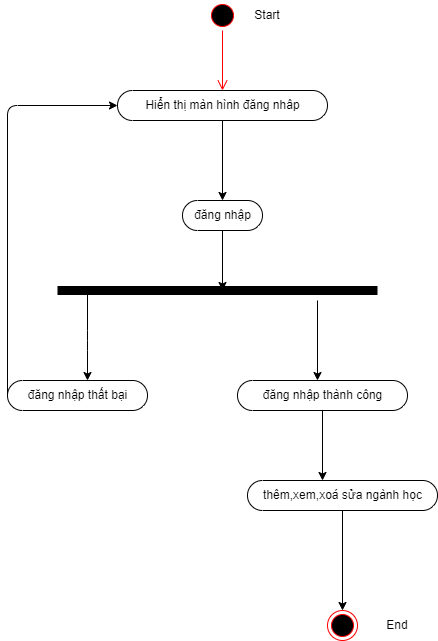
Earlier version of the draw.io export TaiLieu/Sơ đồ gì đó/Sơ đồ hoạt động/giáo vụ/quanlynganhhoc.drawio.png (PhamTienThanhCong/Quan-ly-sinh-vien). Source tidied: cells renumbered, new cells last; positions are measured from the earlier drawing's top-left corner, leaving out a move shared by most shapes. Source of this version:
```xml
<mxGraphModel>
  <root>
    <mxCell id="0" />
    <mxCell id="1" parent="0" />
    <mxCell id="2" style="ellipse;html=1;shape=startState;fillColor=#000000;strokeColor=#ff0000;" parent="1" vertex="1">
      <mxGeometry x="200" width="30" height="30" as="geometry" />
    </mxCell>
    <mxCell id="3" style="edgeStyle=orthogonalEdgeStyle;html=1;verticalAlign=bottom;endArrow=open;endSize=8;strokeColor=#ff0000;" parent="1" edge="1" source="2">
      <mxGeometry relative="1" as="geometry">
        <mxPoint x="215" y="90" as="targetPoint" />
      </mxGeometry>
    </mxCell>
    <mxCell id="4" style="edgeStyle=none;html=1;" parent="1" edge="1" source="5">
      <mxGeometry relative="1" as="geometry">
        <mxPoint x="215" y="290" as="targetPoint" />
      </mxGeometry>
    </mxCell>
    <mxCell id="5" value="đăng nhập" style="html=1;dashed=0;whitespace=wrap;shape=mxgraph.dfd.start;" parent="1" vertex="1">
      <mxGeometry x="175" y="200" width="80" height="30" as="geometry" />
    </mxCell>
    <mxCell id="6" style="endArrow=none;html=1;strokeWidth=9;" parent="1" edge="1">
      <mxGeometry relative="1" as="geometry">
        <mxPoint x="50" y="290" as="sourcePoint" />
        <mxPoint x="370" y="290" as="targetPoint" />
      </mxGeometry>
    </mxCell>
    <mxCell id="7" style="endArrow=classic;html=1;strokeWidth=1;" parent="1" edge="1">
      <mxGeometry relative="1" as="geometry">
        <mxPoint x="80" y="290" as="sourcePoint" />
        <mxPoint x="80" y="380" as="targetPoint" />
        <Array as="points">
          <mxPoint x="80" y="340" />
        </Array>
      </mxGeometry>
    </mxCell>
    <mxCell id="8" style="edgeStyle=none;html=1;strokeWidth=1;" parent="1" edge="1" source="9" target="5">
      <mxGeometry relative="1" as="geometry" />
    </mxCell>
    <mxCell id="9" value="Hiển thị màn hình đăng nhâp" style="html=1;dashed=0;whitespace=wrap;shape=mxgraph.dfd.start;" parent="1" vertex="1">
      <mxGeometry x="110" y="90" width="210" height="30" as="geometry" />
    </mxCell>
    <mxCell id="10" style="endArrow=classic;html=1;strokeWidth=1;" parent="1" edge="1">
      <mxGeometry relative="1" as="geometry">
        <mxPoint x="310" y="300" as="sourcePoint" />
        <mxPoint x="310" y="380" as="targetPoint" />
      </mxGeometry>
    </mxCell>
    <mxCell id="11" value="đăng nhập thất bại" style="html=1;dashed=0;whitespace=wrap;shape=mxgraph.dfd.start;" parent="1" vertex="1">
      <mxGeometry y="380" width="140" height="30" as="geometry" />
    </mxCell>
    <mxCell id="12" value="đăng nhập thành công" style="html=1;dashed=0;whitespace=wrap;shape=mxgraph.dfd.start;" parent="1" vertex="1">
      <mxGeometry x="230" y="380" width="170" height="30" as="geometry" />
    </mxCell>
    <mxCell id="13" style="endArrow=classic;html=1;strokeWidth=1;exitX=0;exitY=0.5;exitDx=0;exitDy=0;exitPerimeter=0;entryX=0;entryY=0.5;entryDx=0;entryDy=0;entryPerimeter=0;" parent="1" edge="1" source="11" target="9">
      <mxGeometry relative="1" as="geometry">
        <Array as="points">
          <mxPoint y="105" />
        </Array>
      </mxGeometry>
    </mxCell>
    <mxCell id="14" style="endArrow=classic;html=1;strokeWidth=1;exitX=0.5;exitY=0.5;exitDx=0;exitDy=15;exitPerimeter=0;" parent="1" edge="1" source="12">
      <mxGeometry relative="1" as="geometry">
        <mxPoint x="315" y="480" as="targetPoint" />
      </mxGeometry>
    </mxCell>
    <mxCell id="15" style="edgeStyle=none;html=1;strokeWidth=1;" parent="1" edge="1" source="16" target="17">
      <mxGeometry relative="1" as="geometry" />
    </mxCell>
    <mxCell id="16" value="thêm,xem,xoá sửa ngành học" style="html=1;dashed=0;whitespace=wrap;shape=mxgraph.dfd.start;" parent="1" vertex="1">
      <mxGeometry x="240" y="480" width="190" height="30" as="geometry" />
    </mxCell>
    <mxCell id="17" style="ellipse;html=1;shape=endState;fillColor=#000000;strokeColor=#ff0000;" parent="1" vertex="1">
      <mxGeometry x="320" y="610" width="30" height="30" as="geometry" />
    </mxCell>
    <mxCell id="18" value="End" style="text;html=1;strokeColor=none;fillColor=none;align=center;verticalAlign=middle;whiteSpace=wrap;rounded=0;" parent="1" vertex="1">
      <mxGeometry x="360" y="610" width="60" height="30" as="geometry" />
    </mxCell>
    <mxCell id="19" value="Start" style="text;html=1;strokeColor=none;fillColor=none;align=center;verticalAlign=middle;whiteSpace=wrap;rounded=0;" parent="1" vertex="1">
      <mxGeometry x="230" width="60" height="30" as="geometry" />
    </mxCell>
  </root>
</mxGraphModel>
```
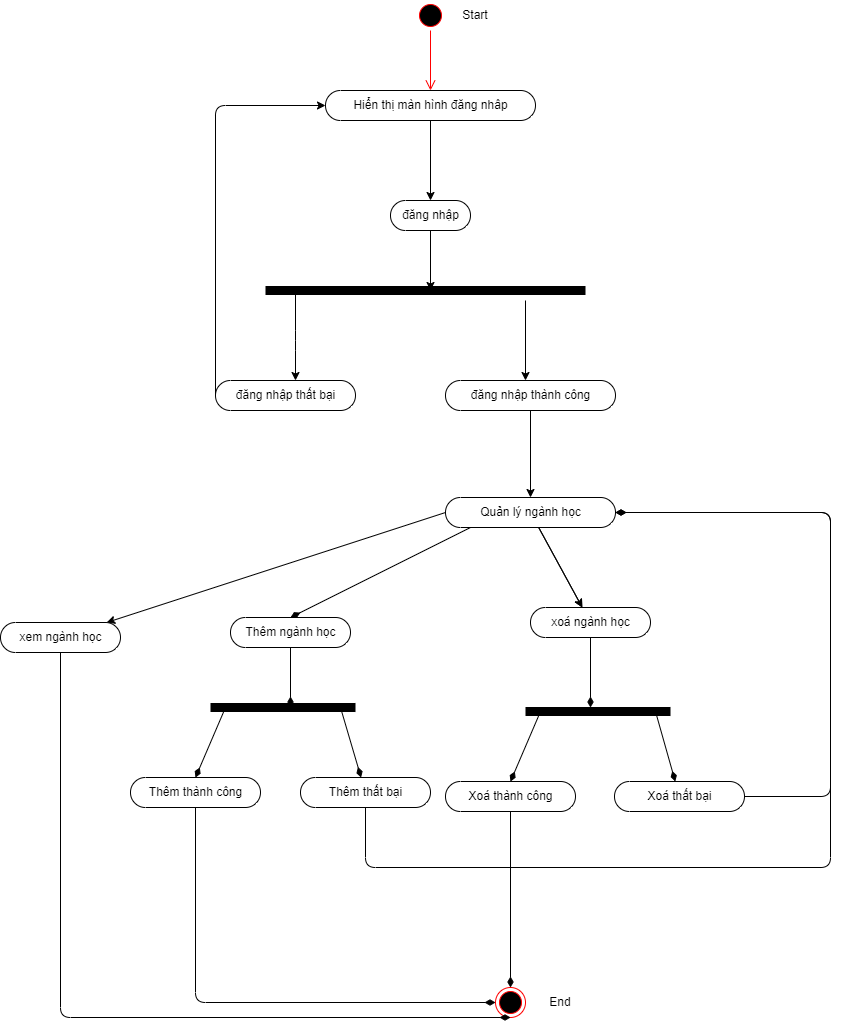
The same file after the commit.

Change to the diagram source:
```diff
@@ -2,81 +2,193 @@
   <root>
     <mxCell id="0" />
     <mxCell id="1" parent="0" />
-    <mxCell id="2" style="ellipse;html=1;shape=startState;fillColor=#000000;strokeColor=#ff0000;" parent="1" vertex="1">
-      <mxGeometry x="200" width="30" height="30" as="geometry" />
-    </mxCell>
-    <mxCell id="3" style="edgeStyle=orthogonalEdgeStyle;html=1;verticalAlign=bottom;endArrow=open;endSize=8;strokeColor=#ff0000;" parent="1" edge="1" source="2">
-      <mxGeometry relative="1" as="geometry">
-        <mxPoint x="215" y="90" as="targetPoint" />
-      </mxGeometry>
-    </mxCell>
-    <mxCell id="4" style="edgeStyle=none;html=1;" parent="1" edge="1" source="5">
-      <mxGeometry relative="1" as="geometry">
-        <mxPoint x="215" y="290" as="targetPoint" />
-      </mxGeometry>
-    </mxCell>
+    <mxCell id="20" style="ellipse;html=1;shape=startState;fillColor=#000000;strokeColor=#ff0000;" parent="1" vertex="1">
+      <mxGeometry x="200" width="30" height="30" as="geometry" />
+    </mxCell>
+    <mxCell id="21" style="edgeStyle=orthogonalEdgeStyle;html=1;verticalAlign=bottom;endArrow=open;endSize=8;strokeColor=#ff0000;" parent="1" edge="1" source="20">
+      <mxGeometry relative="1" as="geometry">
+        <mxPoint x="215" y="90" as="targetPoint" />
+      </mxGeometry>
+    </mxCell>
+    <mxCell id="22" style="edgeStyle=none;html=1;" parent="1" edge="1" source="5">
+      <mxGeometry relative="1" as="geometry">
+        <mxPoint x="215" y="290" as="targetPoint" />
+      </mxGeometry>
+    </mxCell>
     <mxCell id="5" value="đăng nhập" style="html=1;dashed=0;whitespace=wrap;shape=mxgraph.dfd.start;" parent="1" vertex="1">
       <mxGeometry x="175" y="200" width="80" height="30" as="geometry" />
     </mxCell>
-    <mxCell id="6" style="endArrow=none;html=1;strokeWidth=9;" parent="1" edge="1">
-      <mxGeometry relative="1" as="geometry">
-        <mxPoint x="50" y="290" as="sourcePoint" />
-        <mxPoint x="370" y="290" as="targetPoint" />
-      </mxGeometry>
-    </mxCell>
-    <mxCell id="7" style="endArrow=classic;html=1;strokeWidth=1;" parent="1" edge="1">
-      <mxGeometry relative="1" as="geometry">
-        <mxPoint x="80" y="290" as="sourcePoint" />
-        <mxPoint x="80" y="380" as="targetPoint" />
-        <Array as="points">
-          <mxPoint x="80" y="340" />
-        </Array>
-      </mxGeometry>
-    </mxCell>
+    <mxCell id="23" style="endArrow=none;html=1;strokeWidth=9;" parent="1" edge="1">
+      <mxGeometry relative="1" as="geometry">
+        <mxPoint x="50" y="290" as="sourcePoint" />
+        <mxPoint x="370" y="290" as="targetPoint" />
+      </mxGeometry>
+    </mxCell>
+    <mxCell id="24" style="endArrow=classic;html=1;strokeWidth=1;" parent="1" edge="1">
+      <mxGeometry relative="1" as="geometry">
+        <mxPoint x="80" y="290" as="sourcePoint" />
+        <mxPoint x="80" y="380" as="targetPoint" />
+        <Array as="points">
+          <mxPoint x="80" y="340" />
+        </Array>
+      </mxGeometry>
+    </mxCell>
     <mxCell id="8" style="edgeStyle=none;html=1;strokeWidth=1;" parent="1" edge="1" source="9" target="5">
       <mxGeometry relative="1" as="geometry" />
     </mxCell>
     <mxCell id="9" value="Hiển thị màn hình đăng nhâp" style="html=1;dashed=0;whitespace=wrap;shape=mxgraph.dfd.start;" parent="1" vertex="1">
       <mxGeometry x="110" y="90" width="210" height="30" as="geometry" />
     </mxCell>
-    <mxCell id="10" style="endArrow=classic;html=1;strokeWidth=1;" parent="1" edge="1">
-      <mxGeometry relative="1" as="geometry">
-        <mxPoint x="310" y="300" as="sourcePoint" />
-        <mxPoint x="310" y="380" as="targetPoint" />
-      </mxGeometry>
-    </mxCell>
+    <mxCell id="25" style="endArrow=classic;html=1;strokeWidth=1;" parent="1" edge="1">
+      <mxGeometry relative="1" as="geometry">
+        <mxPoint x="310" y="300" as="sourcePoint" />
+        <mxPoint x="310" y="380" as="targetPoint" />
+      </mxGeometry>
+    </mxCell>
     <mxCell id="11" value="đăng nhập thất bại" style="html=1;dashed=0;whitespace=wrap;shape=mxgraph.dfd.start;" parent="1" vertex="1">
       <mxGeometry y="380" width="140" height="30" as="geometry" />
     </mxCell>
+    <mxCell id="26" style="edgeStyle=none;html=1;" parent="1" edge="1" source="28" target="30">
+      <mxGeometry relative="1" as="geometry" />
+    </mxCell>
+    <mxCell id="27" style="edgeStyle=none;html=1;" parent="1" edge="1" source="28" target="30">
+      <mxGeometry relative="1" as="geometry" />
+    </mxCell>
+    <mxCell id="28" value="Quản lý ngành học" style="html=1;dashed=0;whitespace=wrap;shape=mxgraph.dfd.start;" parent="1" vertex="1">
+      <mxGeometry x="230" y="497" width="170" height="30" as="geometry" />
+    </mxCell>
+    <mxCell id="13" style="endArrow=classic;html=1;strokeWidth=1;exitX=0;exitY=0.5;exitDx=0;exitDy=0;exitPerimeter=0;entryX=0;entryY=0.5;entryDx=0;entryDy=0;entryPerimeter=0;" parent="1" edge="1" source="11" target="9">
+      <mxGeometry relative="1" as="geometry">
+        <Array as="points">
+          <mxPoint y="105" />
+        </Array>
+      </mxGeometry>
+    </mxCell>
+    <mxCell id="19" value="Start" style="text;html=1;strokeColor=none;fillColor=none;align=center;verticalAlign=middle;whiteSpace=wrap;rounded=0;" parent="1" vertex="1">
+      <mxGeometry x="230" width="60" height="30" as="geometry" />
+    </mxCell>
+    <mxCell id="29" value="Thêm ngành học" style="html=1;dashed=0;whitespace=wrap;shape=mxgraph.dfd.start;" parent="1" vertex="1">
+      <mxGeometry x="15" y="617" width="120" height="30" as="geometry" />
+    </mxCell>
+    <mxCell id="30" value="xoá ngành học" style="html=1;dashed=0;whitespace=wrap;shape=mxgraph.dfd.start;" parent="1" vertex="1">
+      <mxGeometry x="315" y="607" width="120" height="30" as="geometry" />
+    </mxCell>
+    <mxCell id="31" style="endArrow=none;startArrow=diamondThin;endFill=0;startFill=1;html=1;verticalAlign=bottom;labelBackgroundColor=none;strokeWidth=1;startSize=8;endSize=8;exitX=0.5;exitY=0.5;exitDx=0;exitDy=-15;exitPerimeter=0;" parent="1" edge="1" source="29">
+      <mxGeometry relative="1" as="geometry">
+        <mxPoint x="255" y="527" as="targetPoint" />
+      </mxGeometry>
+    </mxCell>
+    <mxCell id="32" style="endArrow=none;startArrow=diamondThin;endFill=0;startFill=1;html=1;verticalAlign=bottom;labelBackgroundColor=none;strokeWidth=1;startSize=8;endSize=8;entryX=0.5;entryY=0.5;entryDx=0;entryDy=15;entryPerimeter=0;" parent="1" edge="1" target="29">
+      <mxGeometry relative="1" as="geometry">
+        <mxPoint x="75" y="707" as="sourcePoint" />
+      </mxGeometry>
+    </mxCell>
+    <mxCell id="33" style="endArrow=none;startArrow=diamondThin;endFill=0;startFill=1;html=1;verticalAlign=bottom;labelBackgroundColor=none;strokeWidth=1;startSize=8;endSize=8;entryX=0.5;entryY=0.5;entryDx=0;entryDy=15;entryPerimeter=0;" parent="1" edge="1" target="30">
+      <mxGeometry relative="1" as="geometry">
+        <mxPoint x="375" y="707" as="sourcePoint" />
+      </mxGeometry>
+    </mxCell>
+    <mxCell id="34" style="endArrow=none;html=1;strokeWidth=9;" parent="1" edge="1">
+      <mxGeometry relative="1" as="geometry">
+        <mxPoint x="-5" y="707" as="sourcePoint" />
+        <mxPoint x="140" y="707" as="targetPoint" />
+        <Array as="points">
+          <mxPoint x="70" y="707" />
+        </Array>
+      </mxGeometry>
+    </mxCell>
+    <mxCell id="35" value="Thêm thành công" style="html=1;dashed=0;whitespace=wrap;shape=mxgraph.dfd.start;" parent="1" vertex="1">
+      <mxGeometry x="-85" y="777" width="130" height="30" as="geometry" />
+    </mxCell>
+    <mxCell id="36" value="Thêm thất bại" style="html=1;dashed=0;whitespace=wrap;shape=mxgraph.dfd.start;" parent="1" vertex="1">
+      <mxGeometry x="85" y="777" width="130" height="30" as="geometry" />
+    </mxCell>
+    <mxCell id="37" style="endArrow=none;startArrow=diamondThin;endFill=0;startFill=1;html=1;verticalAlign=bottom;labelBackgroundColor=none;strokeWidth=1;startSize=8;endSize=8;exitX=0.5;exitY=0.5;exitDx=0;exitDy=-15;exitPerimeter=0;" parent="1" edge="1" source="35">
+      <mxGeometry relative="1" as="geometry">
+        <mxPoint x="10" y="707" as="targetPoint" />
+      </mxGeometry>
+    </mxCell>
+    <mxCell id="38" style="endArrow=none;startArrow=diamondThin;endFill=0;startFill=1;html=1;verticalAlign=bottom;labelBackgroundColor=none;strokeWidth=1;startSize=8;endSize=8;" parent="1" edge="1" source="36">
+      <mxGeometry relative="1" as="geometry">
+        <mxPoint x="125" y="707" as="targetPoint" />
+      </mxGeometry>
+    </mxCell>
+    <mxCell id="39" style="endArrow=none;startArrow=diamondThin;endFill=0;startFill=1;html=1;verticalAlign=bottom;labelBackgroundColor=none;strokeWidth=1;startSize=8;endSize=8;entryX=0.5;entryY=0.5;entryDx=0;entryDy=15;entryPerimeter=0;exitX=0;exitY=0.5;exitDx=0;exitDy=0;" parent="1" edge="1" source="40" target="35">
+      <mxGeometry relative="1" as="geometry">
+        <Array as="points">
+          <mxPoint x="-20" y="1002" />
+        </Array>
+      </mxGeometry>
+    </mxCell>
+    <mxCell id="40" style="ellipse;html=1;shape=endState;fillColor=#000000;strokeColor=#ff0000;" parent="1" vertex="1">
+      <mxGeometry x="280" y="987" width="30" height="30" as="geometry" />
+    </mxCell>
+    <mxCell id="41" style="endArrow=none;startArrow=diamondThin;endFill=0;startFill=1;html=1;verticalAlign=bottom;labelBackgroundColor=none;strokeWidth=1;startSize=8;endSize=8;entryX=0.5;entryY=0.5;entryDx=0;entryDy=15;entryPerimeter=0;exitX=1;exitY=0.5;exitDx=0;exitDy=0;exitPerimeter=0;" parent="1" edge="1" source="28" target="36">
+      <mxGeometry relative="1" as="geometry">
+        <Array as="points">
+          <mxPoint x="615" y="512" />
+          <mxPoint x="615" y="867" />
+          <mxPoint x="150" y="867" />
+        </Array>
+      </mxGeometry>
+    </mxCell>
+    <mxCell id="42" style="endArrow=none;html=1;strokeWidth=9;" parent="1" edge="1">
+      <mxGeometry relative="1" as="geometry">
+        <mxPoint x="310" y="711" as="sourcePoint" />
+        <mxPoint x="455" y="711" as="targetPoint" />
+        <Array as="points">
+          <mxPoint x="385" y="711" />
+        </Array>
+      </mxGeometry>
+    </mxCell>
+    <mxCell id="43" value="Xoá thành công" style="html=1;dashed=0;whitespace=wrap;shape=mxgraph.dfd.start;" parent="1" vertex="1">
+      <mxGeometry x="230" y="781" width="130" height="30" as="geometry" />
+    </mxCell>
+    <mxCell id="44" value="Xoá thất bại" style="html=1;dashed=0;whitespace=wrap;shape=mxgraph.dfd.start;" parent="1" vertex="1">
+      <mxGeometry x="399" y="781" width="130" height="30" as="geometry" />
+    </mxCell>
+    <mxCell id="45" style="endArrow=none;startArrow=diamondThin;endFill=0;startFill=1;html=1;verticalAlign=bottom;labelBackgroundColor=none;strokeWidth=1;startSize=8;endSize=8;exitX=0.5;exitY=0.5;exitDx=0;exitDy=-15;exitPerimeter=0;" parent="1" edge="1" source="43">
+      <mxGeometry relative="1" as="geometry">
+        <mxPoint x="325" y="711" as="targetPoint" />
+      </mxGeometry>
+    </mxCell>
+    <mxCell id="46" style="endArrow=none;startArrow=diamondThin;endFill=0;startFill=1;html=1;verticalAlign=bottom;labelBackgroundColor=none;strokeWidth=1;startSize=8;endSize=8;" parent="1" edge="1" source="44">
+      <mxGeometry relative="1" as="geometry">
+        <mxPoint x="440" y="711" as="targetPoint" />
+      </mxGeometry>
+    </mxCell>
+    <mxCell id="47" style="endArrow=none;startArrow=diamondThin;endFill=0;startFill=1;html=1;verticalAlign=bottom;labelBackgroundColor=none;strokeWidth=1;startSize=8;endSize=8;entryX=0.5;entryY=0.5;entryDx=0;entryDy=15.000000000000002;entryPerimeter=0;exitX=0.5;exitY=0;exitDx=0;exitDy=0;" parent="1" edge="1" source="40" target="43">
+      <mxGeometry relative="1" as="geometry" />
+    </mxCell>
+    <mxCell id="48" style="endArrow=none;startArrow=diamondThin;endFill=0;startFill=1;html=1;verticalAlign=bottom;labelBackgroundColor=none;strokeWidth=1;startSize=8;endSize=8;entryX=1;entryY=0.5;entryDx=0;entryDy=0;entryPerimeter=0;exitX=1;exitY=0.5;exitDx=0;exitDy=0;exitPerimeter=0;" parent="1" edge="1" source="28" target="44">
+      <mxGeometry relative="1" as="geometry">
+        <Array as="points">
+          <mxPoint x="615" y="512" />
+          <mxPoint x="615" y="796" />
+        </Array>
+      </mxGeometry>
+    </mxCell>
+    <mxCell id="49" style="edgeStyle=none;html=1;" parent="1" edge="1" source="12" target="28">
+      <mxGeometry relative="1" as="geometry" />
+    </mxCell>
     <mxCell id="12" value="đăng nhập thành công" style="html=1;dashed=0;whitespace=wrap;shape=mxgraph.dfd.start;" parent="1" vertex="1">
       <mxGeometry x="230" y="380" width="170" height="30" as="geometry" />
     </mxCell>
-    <mxCell id="13" style="endArrow=classic;html=1;strokeWidth=1;exitX=0;exitY=0.5;exitDx=0;exitDy=0;exitPerimeter=0;entryX=0;entryY=0.5;entryDx=0;entryDy=0;entryPerimeter=0;" parent="1" edge="1" source="11" target="9">
-      <mxGeometry relative="1" as="geometry">
-        <Array as="points">
-          <mxPoint y="105" />
-        </Array>
-      </mxGeometry>
-    </mxCell>
-    <mxCell id="14" style="endArrow=classic;html=1;strokeWidth=1;exitX=0.5;exitY=0.5;exitDx=0;exitDy=15;exitPerimeter=0;" parent="1" edge="1" source="12">
-      <mxGeometry relative="1" as="geometry">
-        <mxPoint x="315" y="480" as="targetPoint" />
-      </mxGeometry>
-    </mxCell>
-    <mxCell id="15" style="edgeStyle=none;html=1;strokeWidth=1;" parent="1" edge="1" source="16" target="17">
-      <mxGeometry relative="1" as="geometry" />
-    </mxCell>
-    <mxCell id="16" value="thêm,xem,xoá sửa ngành học" style="html=1;dashed=0;whitespace=wrap;shape=mxgraph.dfd.start;" parent="1" vertex="1">
-      <mxGeometry x="240" y="480" width="190" height="30" as="geometry" />
-    </mxCell>
-    <mxCell id="17" style="ellipse;html=1;shape=endState;fillColor=#000000;strokeColor=#ff0000;" parent="1" vertex="1">
-      <mxGeometry x="320" y="610" width="30" height="30" as="geometry" />
-    </mxCell>
     <mxCell id="18" value="End" style="text;html=1;strokeColor=none;fillColor=none;align=center;verticalAlign=middle;whiteSpace=wrap;rounded=0;" parent="1" vertex="1">
-      <mxGeometry x="360" y="610" width="60" height="30" as="geometry" />
+      <mxGeometry x="315" y="987" width="60" height="30" as="geometry" />
     </mxCell>
-    <mxCell id="19" value="Start" style="text;html=1;strokeColor=none;fillColor=none;align=center;verticalAlign=middle;whiteSpace=wrap;rounded=0;" parent="1" vertex="1">
-      <mxGeometry x="230" width="60" height="30" as="geometry" />
-    </mxCell>
+    <mxCell id="50" style="endArrow=classic;html=1;exitX=0;exitY=0.5;exitDx=0;exitDy=0;exitPerimeter=0;" parent="1" edge="1" source="28" target="51">
+      <mxGeometry relative="1" as="geometry" />
+    </mxCell>
+    <mxCell id="51" value="xem ngành học" style="html=1;dashed=0;whitespace=wrap;shape=mxgraph.dfd.start;" parent="1" vertex="1">
+      <mxGeometry x="-215" y="622" width="120" height="30" as="geometry" />
+    </mxCell>
+    <mxCell id="52" style="endArrow=none;startArrow=diamondThin;endFill=0;startFill=1;html=1;verticalAlign=bottom;labelBackgroundColor=none;strokeWidth=1;startSize=8;endSize=8;exitX=0.5;exitY=1;exitDx=0;exitDy=0;entryX=0.5;entryY=0.5;entryDx=0;entryDy=15;entryPerimeter=0;" parent="1" edge="1" source="40" target="51">
+      <mxGeometry relative="1" as="geometry">
+        <Array as="points">
+          <mxPoint x="-155" y="1017" />
+        </Array>
+      </mxGeometry>
+    </mxCell>
   </root>
 </mxGraphModel>
```
